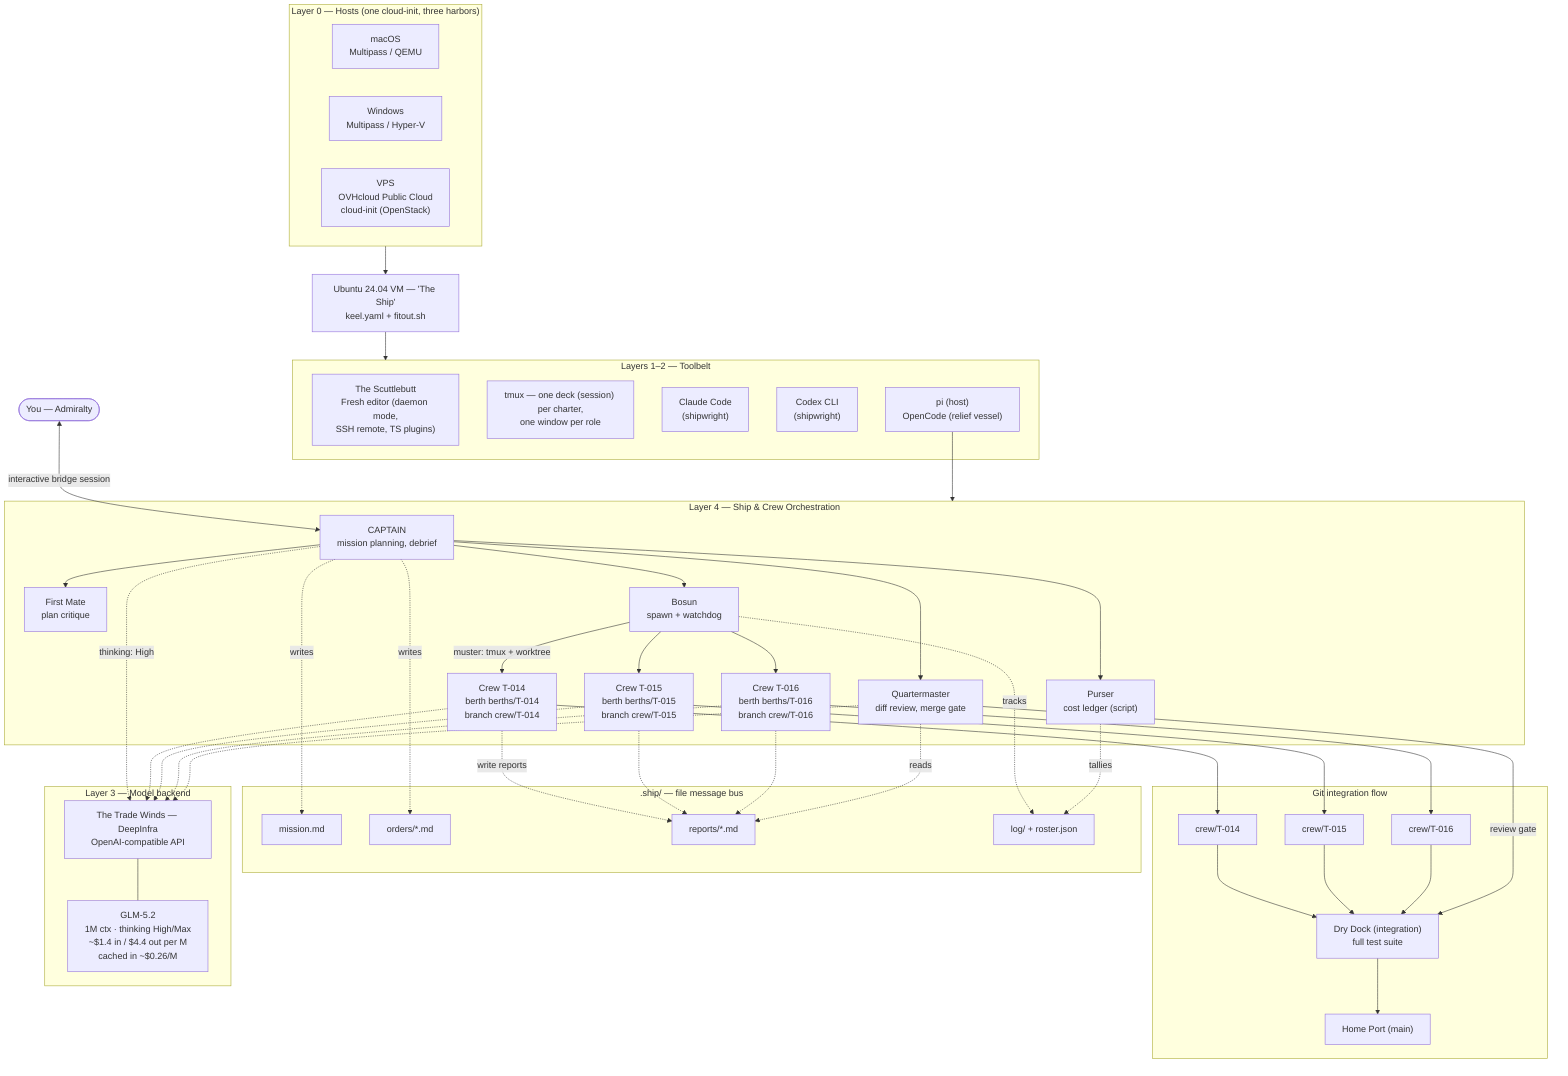
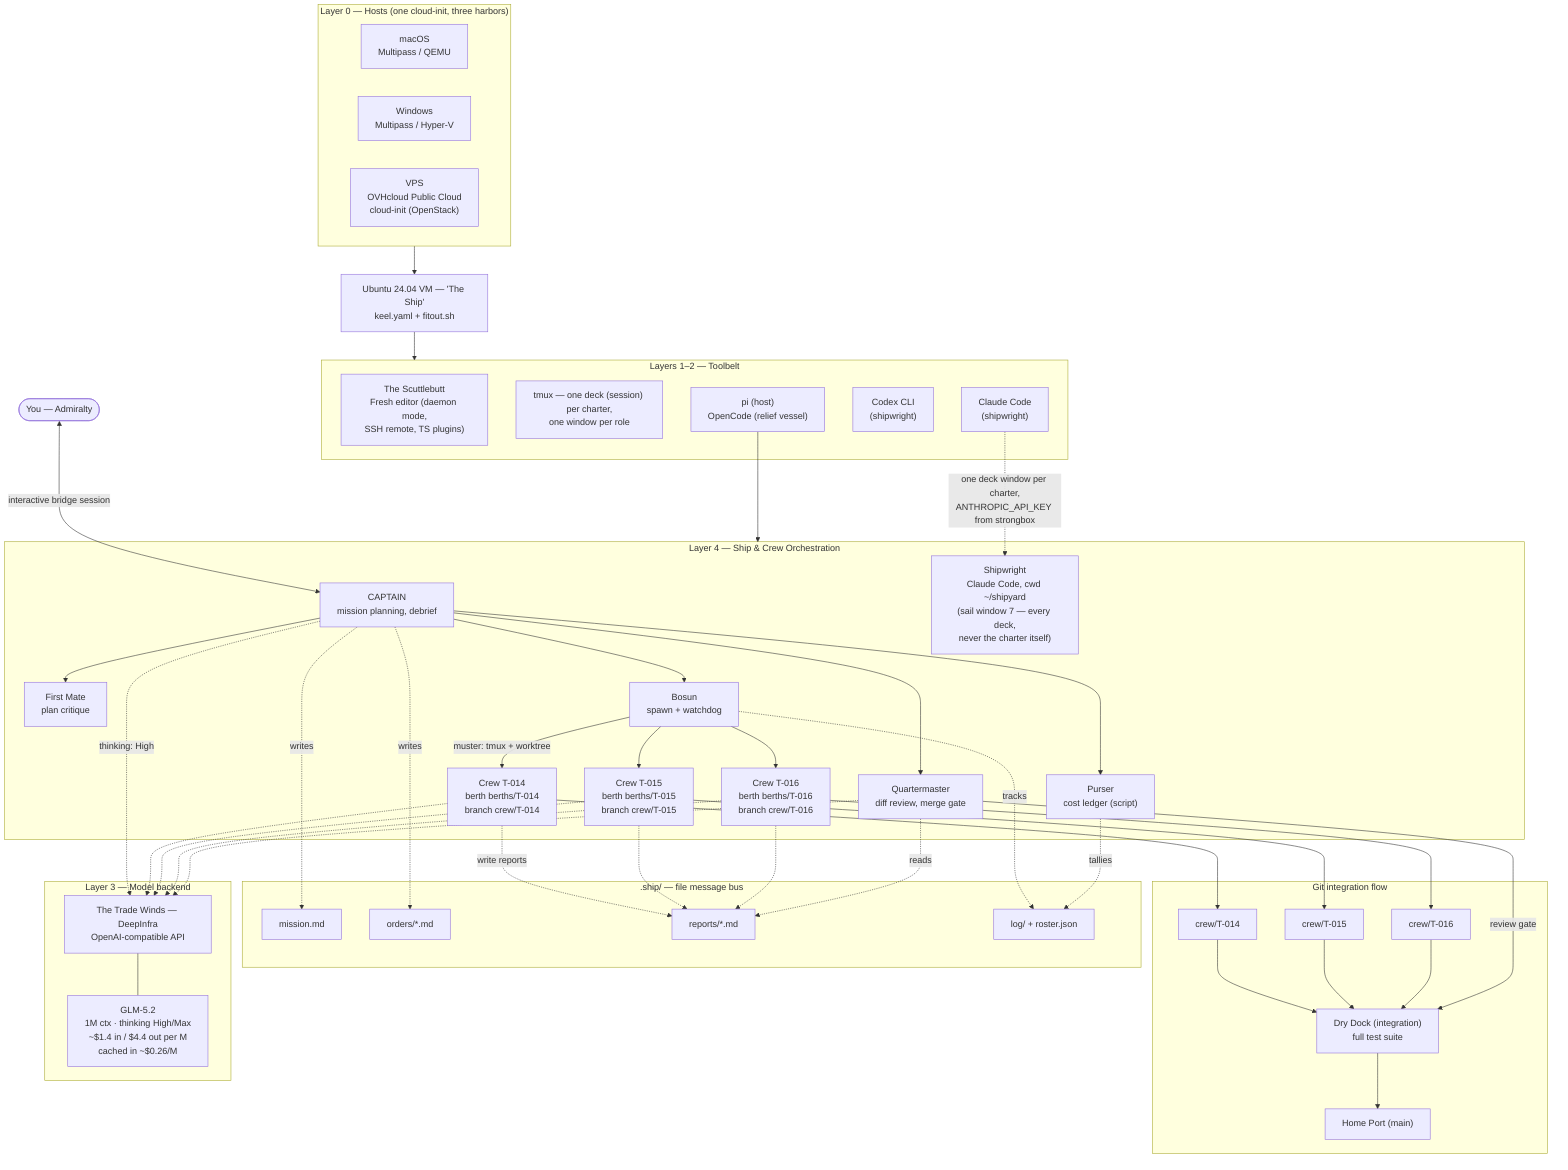
flowchart TB
    subgraph HOSTS["Layer 0 — Hosts (one cloud-init, three harbors)"]
        MAC["macOS<br/>Multipass / QEMU"]
        WIN["Windows<br/>Multipass / Hyper-V"]
        VPS["VPS<br/>OVHcloud Public Cloud<br/>cloud-init (OpenStack)"]
    end

    HOSTS --> VM["Ubuntu 24.04 VM — 'The Ship'<br/>keel.yaml + fitout.sh"]

    subgraph TOOLS["Layers 1–2 — Toolbelt"]
        NVIM["The Scuttlebutt<br/>Fresh editor (daemon mode,<br/>SSH remote, TS plugins)"]
        TMUX["tmux — one deck (session) per charter,<br/>one window per role"]
        CC["Claude Code<br/>(shipwright)"]
        CX["Codex CLI<br/>(shipwright)"]
        HOST_AGENT["pi (host)<br/>OpenCode (relief vessel)"]
    end

    VM --> TOOLS

    YOU(["You — Admiralty"]) <-->|"interactive bridge session"| CAPT

    subgraph SHIP["Layer 4 — Ship & Crew Orchestration"]
        CAPT["CAPTAIN<br/>mission planning, debrief"]
        FM["First Mate<br/>plan critique"]
        BOSUN["Bosun<br/>spawn + watchdog"]
        QM["Quartermaster<br/>diff review, merge gate"]
        CAPT --> FM
        CAPT --> BOSUN
        PURSER["Purser<br/>cost ledger (script)"]
        CAPT --> QM
        CAPT --> PURSER
        BOSUN -->|"muster: tmux + worktree"| C1["Crew T-014<br/>berth berths/T-014<br/>branch crew/T-014"]
        BOSUN --> C2["Crew T-015<br/>berth berths/T-015<br/>branch crew/T-015"]
        BOSUN --> C3["Crew T-016<br/>berth berths/T-016<br/>branch crew/T-016"]
+         SW["Shipwright<br/>Claude Code, cwd ~/shipyard<br/>(sail window 7 — every deck,<br/>never the charter itself)"]
    end
+ 
+     CC -.->|"one deck window per charter,<br/>ANTHROPIC_API_KEY from strongbox"| SW

    HOST_AGENT --> SHIP

    subgraph BUS[".ship/ — file message bus"]
        MISSION["mission.md"]
        ORDERS["orders/*.md"]
        REPORTS["reports/*.md"]
        LOG["log/ + roster.json"]
    end

    CAPT -.writes.-> MISSION
    CAPT -.writes.-> ORDERS
    C1 -.write reports.-> REPORTS
    C2 -.-> REPORTS
    C3 -.-> REPORTS
    BOSUN -.tracks.-> LOG
    PURSER -.tallies.-> LOG
    QM -.reads.-> REPORTS

    subgraph GIT["Git integration flow"]
        BR1["crew/T-014"] --> INT["Dry Dock (integration)<br/>full test suite"]
        BR2["crew/T-015"] --> INT
        BR3["crew/T-016"] --> INT
        INT --> MAIN["Home Port (main)"]
    end

    C1 --> BR1
    C2 --> BR2
    C3 --> BR3
    QM -->|"review gate"| INT

    subgraph MODEL["Layer 3 — Model backend"]
        DI["The Trade Winds — DeepInfra<br/>OpenAI-compatible API"]
        GLM["GLM-5.2<br/>1M ctx · thinking High/Max<br/>~$1.4 in / $4.4 out per M<br/>cached in ~$0.26/M"]
        DI --- GLM
    end

    CAPT -.->|"thinking: High"| DI
    C1 -.-> DI
    C2 -.-> DI
    C3 -.-> DI
    QM -.-> DI
